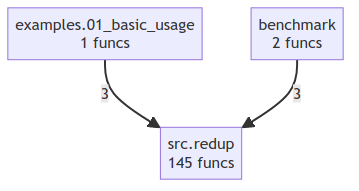
Above: project/compact_flow.png in semcod/redup (Mermaid), before the change. Its source is kept beside it as project/compact_flow.mmd.
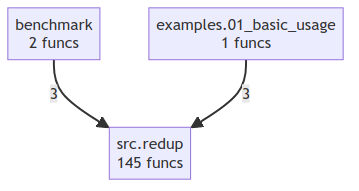
Above is the later version.

Change to the diagram source:
```diff
@@ -2,5 +2,5 @@
     benchmark["benchmark<br/>2 funcs"]
     examples_01_basic_usage["examples.01_basic_usage<br/>1 funcs"]
     src_redup["src.redup<br/>145 funcs"]
+    benchmark -->|3| src_redup
     examples_01_basic_usage -->|3| src_redup
-    benchmark -->|3| src_redup
```
